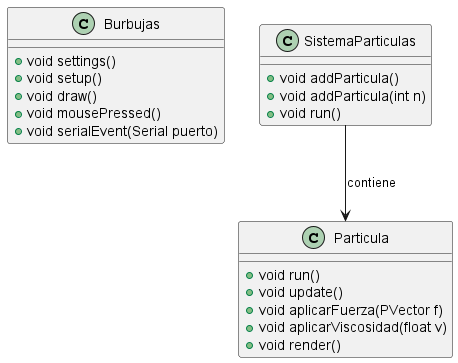
The PlantUML diagram doc/classes_processing.png in uma-dte-docencia/burbujas, before a commit.
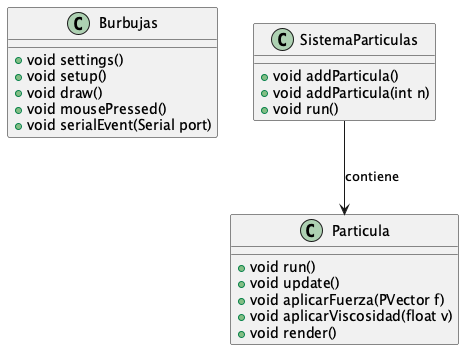
After the change.

The edit, as a diff of the source:
```diff
@@ -5,7 +5,7 @@
     +void setup()
     +void draw()
     +void mousePressed()
-    +void serialEvent(Serial puerto)
+    +void serialEvent(Serial port)
 }
 
 class Particula {
```
